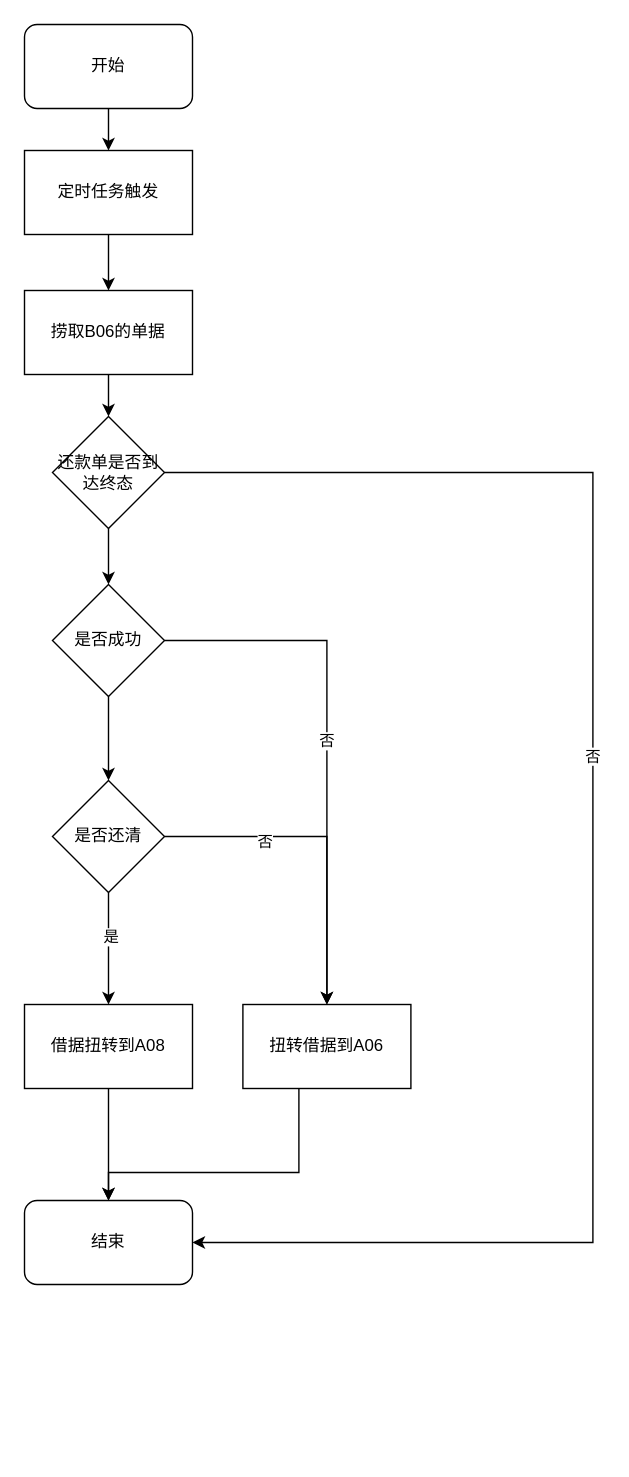
Kang-Shawn/Excellent-life keeps this draw.io diagram as page "Page-4" (4 of 5) of Untitled Diagram.drawio. Above is the earlier version. Source tidied: cells renumbered, new cells numbered last; positions are measured from the earlier drawing's top-left corner, leaving out a move shared by most shapes. Both pictures are drawn from the tidied source at 140%, with x=0, y=0 at pixel (24, 24).
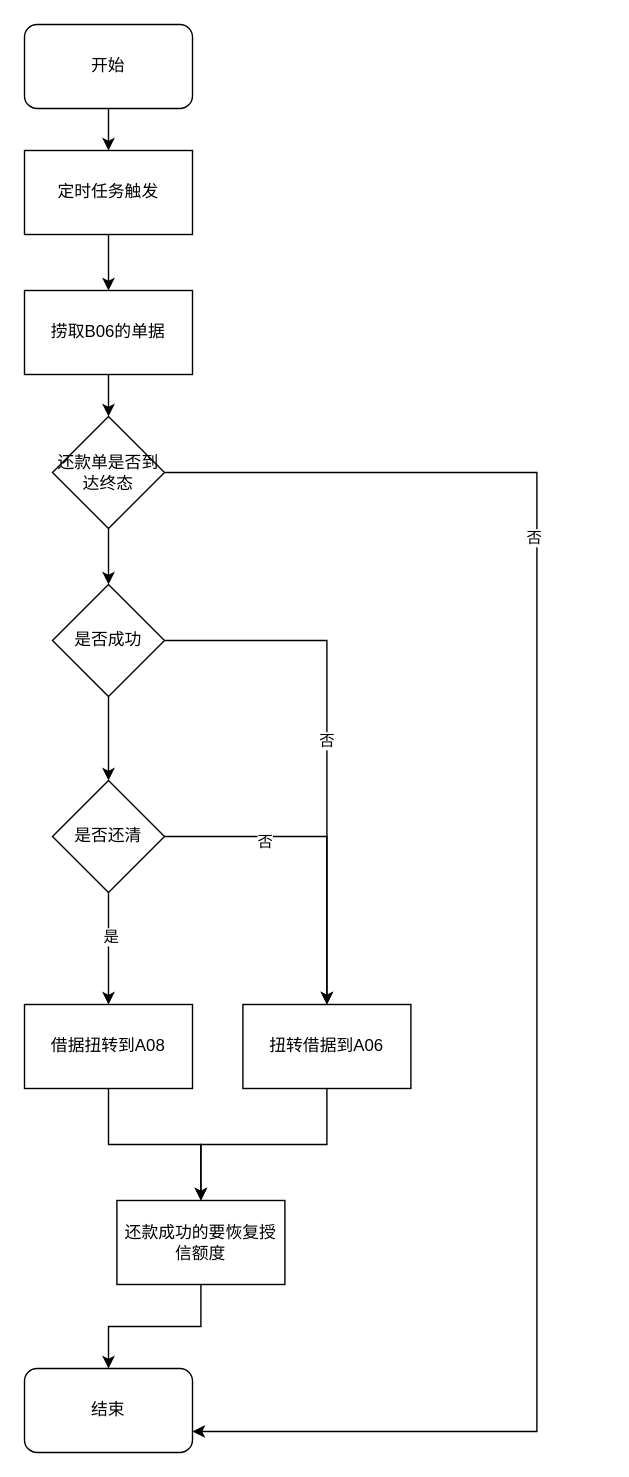
Above is the later version.

The change refers to these unchanged cells:
```xml
<mxCell id="11" value="还款单是否到达终态" style="rhombus;whiteSpace=wrap;html=1;" parent="1" vertex="1">
  <mxGeometry x="20" y="280" width="80" height="80" as="geometry" />
</mxCell>
<mxCell id="17" value="扭转借据到A06" style="rounded=0;whiteSpace=wrap;html=1;" parent="1" vertex="1">
  <mxGeometry x="156" y="700" width="120" height="60" as="geometry" />
</mxCell>
<mxCell id="24" value="借据扭转到A08" style="rounded=0;whiteSpace=wrap;html=1;" parent="1" vertex="1">
  <mxGeometry y="700" width="120" height="60" as="geometry" />
</mxCell>
```

What changed in the source:
```diff
@@
-    <mxCell id="9" style="edgeStyle=orthogonalEdgeStyle;rounded=0;jettySize=auto;html=1;entryX=1;entryY=0.5;entryDx=0;entryDy=0;" parent="1" edge="1" source="11" target="12">
+    <mxCell id="9" style="edgeStyle=orthogonalEdgeStyle;rounded=0;jettySize=auto;html=1;entryX=1;entryY=0.75;entryDx=0;entryDy=0;" parent="1" edge="1" source="11" target="12">
       <mxGeometry relative="1" as="geometry">
         <Array as="points">
-          <mxPoint x="406" y="320" />
-          <mxPoint x="406" y="870" />
+          <mxPoint x="366" y="320" />
+          <mxPoint x="366" y="1005" />
         </Array>
       </mxGeometry>
     </mxCell>
     <mxCell id="10" value="否" style="edgeLabel;html=1;align=center;verticalAlign=middle;" parent="9" vertex="1">
-      <mxGeometry x="-0.11" y="-1" relative="1" as="geometry" />
+      <mxGeometry x="-0.56" y="-46" relative="1" as="geometry" />
     </mxCell>
@@
     <mxCell id="12" value="结束" style="rounded=1;whiteSpace=wrap;html=1;" parent="1" vertex="1">
-      <mxGeometry y="840" width="120" height="60" as="geometry" />
+      <mxGeometry y="960" width="120" height="60" as="geometry" />
     </mxCell>
@@
-    <mxCell id="16" style="edgeStyle=orthogonalEdgeStyle;rounded=0;jettySize=auto;html=1;" parent="1" edge="1" source="17" target="12">
-      <mxGeometry relative="1" as="geometry">
-        <Array as="points">
-          <mxPoint x="196" y="820" />
-          <mxPoint x="60" y="820" />
-        </Array>
-      </mxGeometry>
-    </mxCell>
+    <mxCell id="25" style="edgeStyle=orthogonalEdgeStyle;rounded=0;jettySize=auto;html=1;entryX=0.5;entryY=0;entryDx=0;entryDy=0;" parent="1" edge="1" source="17" target="28">
+      <mxGeometry relative="1" as="geometry" />
+    </mxCell>
@@
-    <mxCell id="23" style="edgeStyle=orthogonalEdgeStyle;rounded=0;jettySize=auto;html=1;" parent="1" edge="1" source="24">
-      <mxGeometry relative="1" as="geometry">
-        <mxPoint x="60" y="840" as="targetPoint" />
-      </mxGeometry>
-    </mxCell>
+    <mxCell id="26" style="edgeStyle=orthogonalEdgeStyle;rounded=0;jettySize=auto;html=1;entryX=0.5;entryY=0;entryDx=0;entryDy=0;" parent="1" edge="1" source="24" target="28">
+      <mxGeometry relative="1" as="geometry" />
+    </mxCell>
@@
+    <mxCell id="27" style="edgeStyle=orthogonalEdgeStyle;rounded=0;jettySize=auto;html=1;entryX=0.5;entryY=0;entryDx=0;entryDy=0;" parent="1" edge="1" source="28" target="12">
+      <mxGeometry relative="1" as="geometry" />
+    </mxCell>
+    <mxCell id="28" value="还款成功的要恢复授信额度" style="rounded=0;whiteSpace=wrap;html=1;" parent="1" vertex="1">
+      <mxGeometry x="66" y="840" width="120" height="60" as="geometry" />
+    </mxCell>
```
